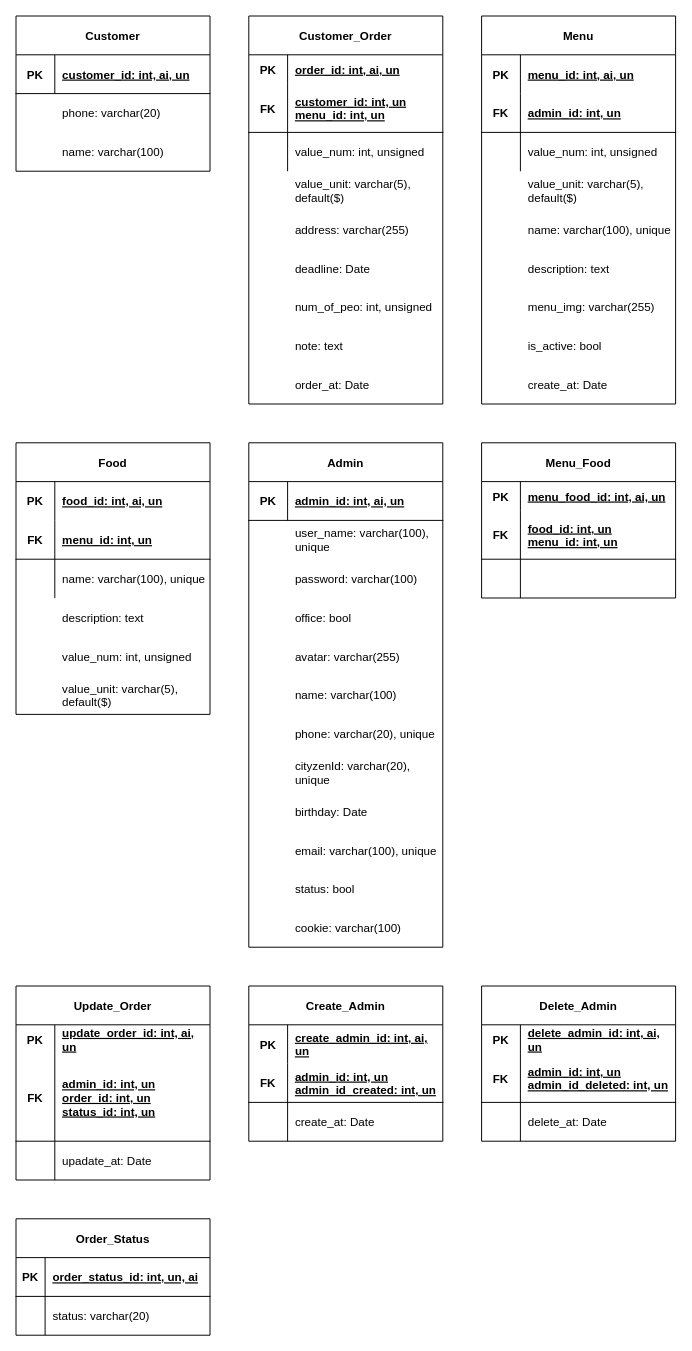
Above: phan_tich/database/database.drawio in caoduonggithub/gourmet-au-catering (draw.io), before the change. Source tidied: cells renumbered, new cells numbered last; positions are measured from the earlier drawing's top-left corner, leaving out a move shared by most shapes. Both pictures are drawn from the tidied source at 97%, with x=0, y=0 at pixel (16, 16).
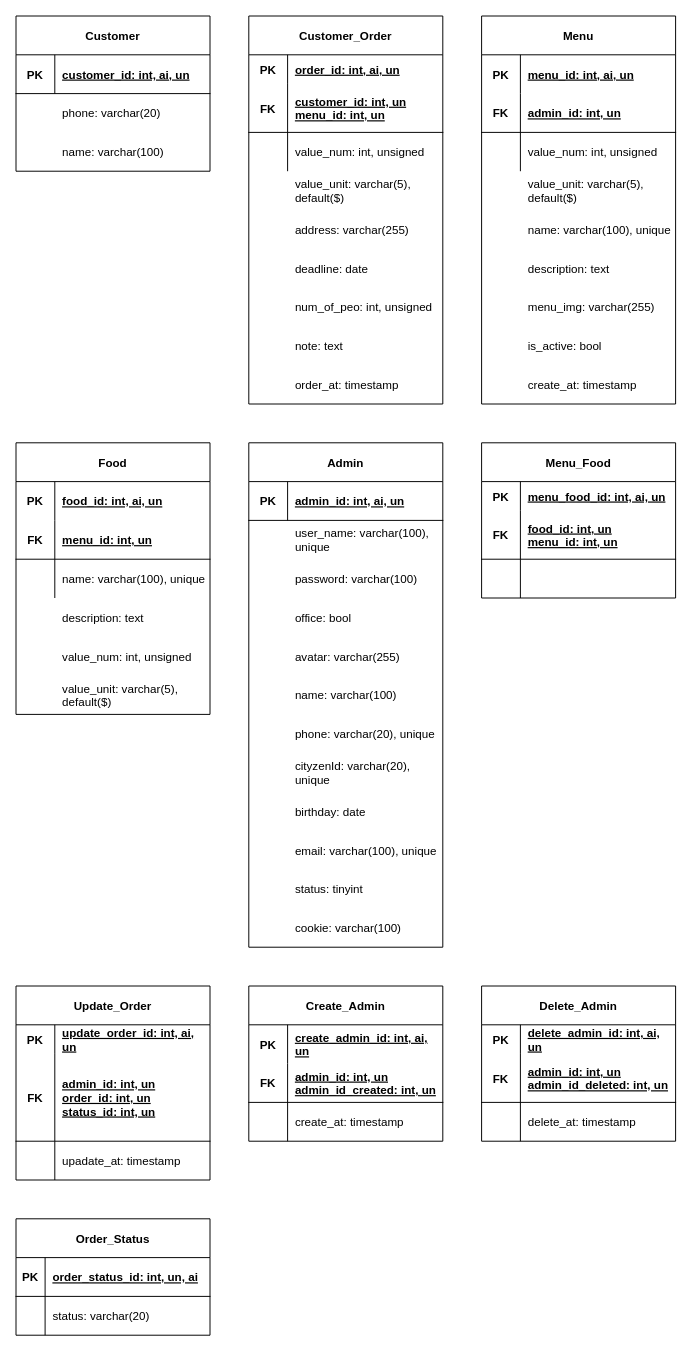
After the change.

What changed in the source:
```diff
@@
-    <mxCell id="22" value="deadline: Date" style="shape=partialRectangle;fillColor=none;top=0;left=0;bottom=0;right=0;align=left;spacingLeft=6;overflow=hidden;" parent="1" vertex="1">
+    <mxCell id="22" value="deadline: date" style="shape=partialRectangle;fillColor=none;top=0;left=0;bottom=0;right=0;align=left;spacingLeft=6;overflow=hidden;" parent="1" vertex="1">
       <mxGeometry x="280" y="240" width="160" height="40" as="geometry" />
     </mxCell>
@@
-    <mxCell id="26" value="order_at: Date" style="shape=partialRectangle;fillColor=none;top=0;left=0;bottom=0;right=0;align=left;spacingLeft=6;overflow=hidden;" parent="1" vertex="1">
+    <mxCell id="26" value="order_at: timestamp" style="shape=partialRectangle;fillColor=none;top=0;left=0;bottom=0;right=0;align=left;spacingLeft=6;overflow=hidden;" parent="1" vertex="1">
       <mxGeometry x="280" y="360" width="160" height="40" as="geometry" />
     </mxCell>
@@
-    <mxCell id="53" value="birthday: Date" style="shape=partialRectangle;fillColor=none;top=0;left=0;bottom=0;right=0;align=left;spacingLeft=6;overflow=hidden;" parent="1" vertex="1">
+    <mxCell id="53" value="birthday: date" style="shape=partialRectangle;fillColor=none;top=0;left=0;bottom=0;right=0;align=left;spacingLeft=6;overflow=hidden;" parent="1" vertex="1">
       <mxGeometry x="280" y="800" width="160" height="40" as="geometry" />
     </mxCell>
@@
-    <mxCell id="66" value="upadate_at: Date" style="shape=partialRectangle;fillColor=none;top=0;left=0;bottom=0;right=0;align=left;spacingLeft=6;overflow=hidden;" parent="1" vertex="1">
+    <mxCell id="66" value="upadate_at: timestamp" style="shape=partialRectangle;fillColor=none;top=0;left=0;bottom=0;right=0;align=left;spacingLeft=6;overflow=hidden;" parent="1" vertex="1">
       <mxGeometry x="40" y="1160" width="160" height="40" as="geometry" />
     </mxCell>
@@
-    <mxCell id="78" value="create_at: Date" style="shape=partialRectangle;fillColor=none;top=0;left=0;bottom=0;right=0;align=left;spacingLeft=6;overflow=hidden;" parent="1" vertex="1">
+    <mxCell id="78" value="create_at: timestamp" style="shape=partialRectangle;fillColor=none;top=0;left=0;bottom=0;right=0;align=left;spacingLeft=6;overflow=hidden;" parent="1" vertex="1">
       <mxGeometry x="280" y="1120" width="160" height="40" as="geometry" />
     </mxCell>
@@
-    <mxCell id="90" value="delete_at: Date" style="shape=partialRectangle;fillColor=none;top=0;left=0;bottom=0;right=0;align=left;spacingLeft=6;overflow=hidden;" parent="1" vertex="1">
+    <mxCell id="90" value="delete_at: timestamp" style="shape=partialRectangle;fillColor=none;top=0;left=0;bottom=0;right=0;align=left;spacingLeft=6;overflow=hidden;" parent="1" vertex="1">
       <mxGeometry x="520" y="1120" width="160" height="40" as="geometry" />
     </mxCell>
@@
-    <mxCell id="97" value="status: bool" style="shape=partialRectangle;fillColor=none;top=0;left=0;bottom=0;right=0;align=left;spacingLeft=6;overflow=hidden;" parent="1" vertex="1">
+    <mxCell id="97" value="status: tinyint" style="shape=partialRectangle;fillColor=none;top=0;left=0;bottom=0;right=0;align=left;spacingLeft=6;overflow=hidden;" parent="1" vertex="1">
       <mxGeometry x="280" y="880" width="160" height="40" as="geometry" />
     </mxCell>
@@
-    <mxCell id="129" value="create_at: Date" style="shape=partialRectangle;fillColor=none;top=0;left=0;bottom=0;right=0;align=left;spacingLeft=6;overflow=hidden;" parent="1" vertex="1">
+    <mxCell id="129" value="create_at: timestamp" style="shape=partialRectangle;fillColor=none;top=0;left=0;bottom=0;right=0;align=left;spacingLeft=6;overflow=hidden;" parent="1" vertex="1">
       <mxGeometry x="520" y="360" width="160" height="40" as="geometry" />
     </mxCell>
```
